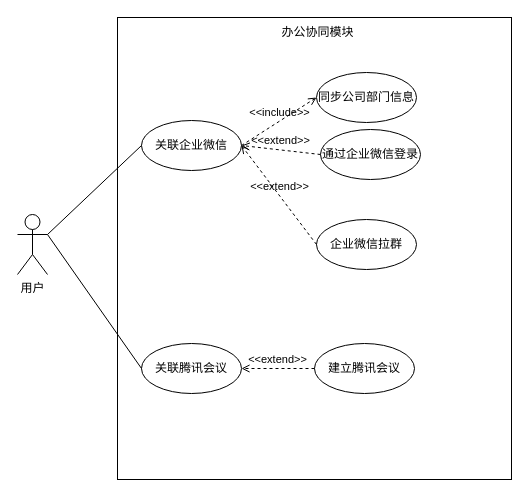
Above: 办公协同模版用例图.drawio in qf2020/drawio (draw.io), before the change. Source tidied: cells renumbered, new cells numbered last; positions are measured from the earlier drawing's top-left corner, leaving out a move shared by most shapes. Both pictures are drawn from the tidied source at 100%, with x=0, y=0 at pixel (17, 17).
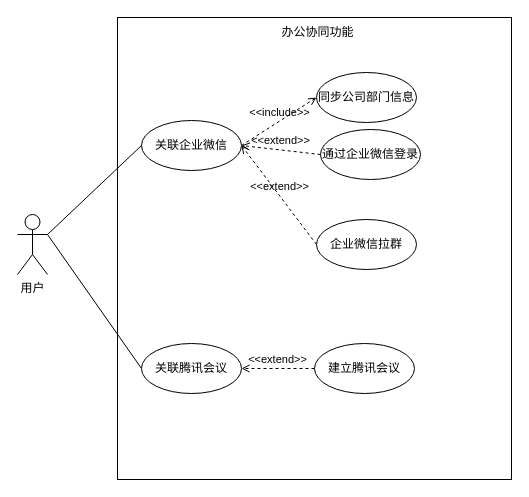
The same diagram, later.

Commit message:
更新办公协同模版用例图.drawio

The edit, as a diff of the source:
```diff
@@
 <mxGraphModel>
   <root>
     <mxCell id="0" />
     <mxCell id="1" parent="0" />
     <mxCell id="2" value="用户" style="shape=umlActor;verticalLabelPosition=bottom;verticalAlign=top;html=1;" parent="1" vertex="1">
       <mxGeometry y="197" width="30" height="60" as="geometry" />
     </mxCell>
     <mxCell id="3" style="rounded=0;whiteSpace=wrap;html=1;" parent="1" vertex="1">
       <mxGeometry x="100" width="394" height="462" as="geometry" />
     </mxCell>
-    <mxCell id="4" value="办公协同&lt;span style=&quot;background-color: transparent; color: light-dark(rgb(0, 0, 0), rgb(255, 255, 255));&quot;&gt;模块&lt;/span&gt;" style="text;html=1;align=center;verticalAlign=middle;whiteSpace=wrap;rounded=0;" parent="1" vertex="1">
+    <mxCell id="4" value="办公协同功能" style="text;html=1;align=center;verticalAlign=middle;whiteSpace=wrap;rounded=0;" parent="1" vertex="1">
       <mxGeometry x="251" width="99" height="30" as="geometry" />
     </mxCell>
     <mxCell id="5" value="同步公司部门信息" style="ellipse;whiteSpace=wrap;html=1;" parent="1" vertex="1">
       <mxGeometry x="299" y="55" width="100" height="50" as="geometry" />
     </mxCell>
     <mxCell id="6" value="关联企业微信" style="ellipse;whiteSpace=wrap;html=1;" parent="1" vertex="1">
       <mxGeometry x="124" y="103" width="100" height="50" as="geometry" />
     </mxCell>
     <mxCell id="7" value="关联腾讯会议" style="ellipse;whiteSpace=wrap;html=1;" parent="1" vertex="1">
       <mxGeometry x="124" y="326" width="100" height="50" as="geometry" />
     </mxCell>
     <mxCell id="8" style="endArrow=none;html=1;rounded=0;exitX=1;exitY=0.3333333333333333;exitDx=0;exitDy=0;exitPerimeter=0;entryX=0;entryY=0.5;entryDx=0;entryDy=0;" parent="1" edge="1" source="2" target="6">
       <mxGeometry relative="1" as="geometry" />
     </mxCell>
     <mxCell id="9" style="endArrow=none;html=1;rounded=0;exitX=1;exitY=0.3333333333333333;exitDx=0;exitDy=0;exitPerimeter=0;entryX=0;entryY=0.5;entryDx=0;entryDy=0;" parent="1" edge="1" source="2" target="7">
       <mxGeometry relative="1" as="geometry" />
     </mxCell>
     <mxCell id="10" value="通过企业微信登录" style="ellipse;whiteSpace=wrap;html=1;" parent="1" vertex="1">
       <mxGeometry x="303" y="112" width="100" height="50" as="geometry" />
     </mxCell>
     <mxCell id="11" value="企业微信拉群" style="ellipse;whiteSpace=wrap;html=1;" parent="1" vertex="1">
       <mxGeometry x="299" y="202" width="100" height="50" as="geometry" />
     </mxCell>
     <mxCell id="12" value="建立腾讯会议" style="ellipse;whiteSpace=wrap;html=1;" parent="1" vertex="1">
       <mxGeometry x="297" y="326" width="100" height="50" as="geometry" />
     </mxCell>
     <mxCell id="13" value="&amp;lt;&amp;lt;include&amp;gt;&amp;gt;" style="html=1;verticalAlign=bottom;labelBackgroundColor=none;endArrow=open;endFill=0;dashed=1;rounded=0;exitX=1;exitY=0.5;exitDx=0;exitDy=0;entryX=0;entryY=0.5;entryDx=0;entryDy=0;" parent="1" edge="1" source="6" target="5">
       <mxGeometry relative="1" as="geometry" />
     </mxCell>
     <mxCell id="14" value="&amp;lt;&amp;lt;extend&amp;gt;&amp;gt;" style="html=1;verticalAlign=bottom;labelBackgroundColor=none;endArrow=open;endFill=0;dashed=1;rounded=0;exitX=0;exitY=0.5;exitDx=0;exitDy=0;entryX=1;entryY=0.5;entryDx=0;entryDy=0;" parent="1" edge="1" source="10" target="6">
       <mxGeometry relative="1" as="geometry" />
     </mxCell>
     <mxCell id="15" value="&amp;lt;&amp;lt;extend&amp;gt;&amp;gt;" style="html=1;verticalAlign=bottom;labelBackgroundColor=none;endArrow=open;endFill=0;dashed=1;rounded=0;entryX=1;entryY=0.5;entryDx=0;entryDy=0;exitX=0;exitY=0.5;exitDx=0;exitDy=0;" parent="1" edge="1" source="11" target="6">
       <mxGeometry relative="1" as="geometry" />
     </mxCell>
     <mxCell id="16" value="&amp;lt;&amp;lt;extend&amp;gt;&amp;gt;" style="html=1;verticalAlign=bottom;labelBackgroundColor=none;endArrow=open;endFill=0;dashed=1;rounded=0;entryX=1;entryY=0.5;entryDx=0;entryDy=0;exitX=0;exitY=0.5;exitDx=0;exitDy=0;" parent="1" edge="1" source="12" target="7">
       <mxGeometry relative="1" as="geometry" />
     </mxCell>
   </root>
 </mxGraphModel>
```
